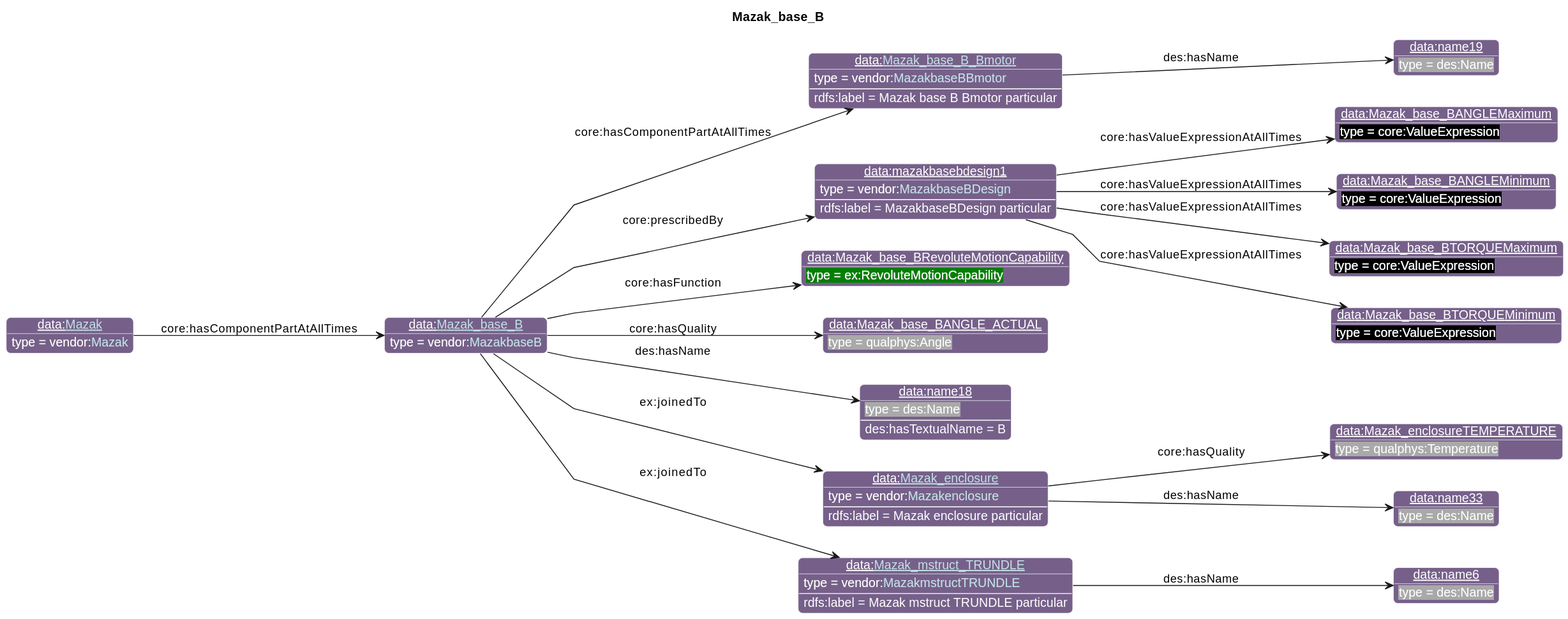
The PlantUML diagram diagrams/Mazak_base_B.svg in iofoundry/example-syseng-mtconnect, before a commit.
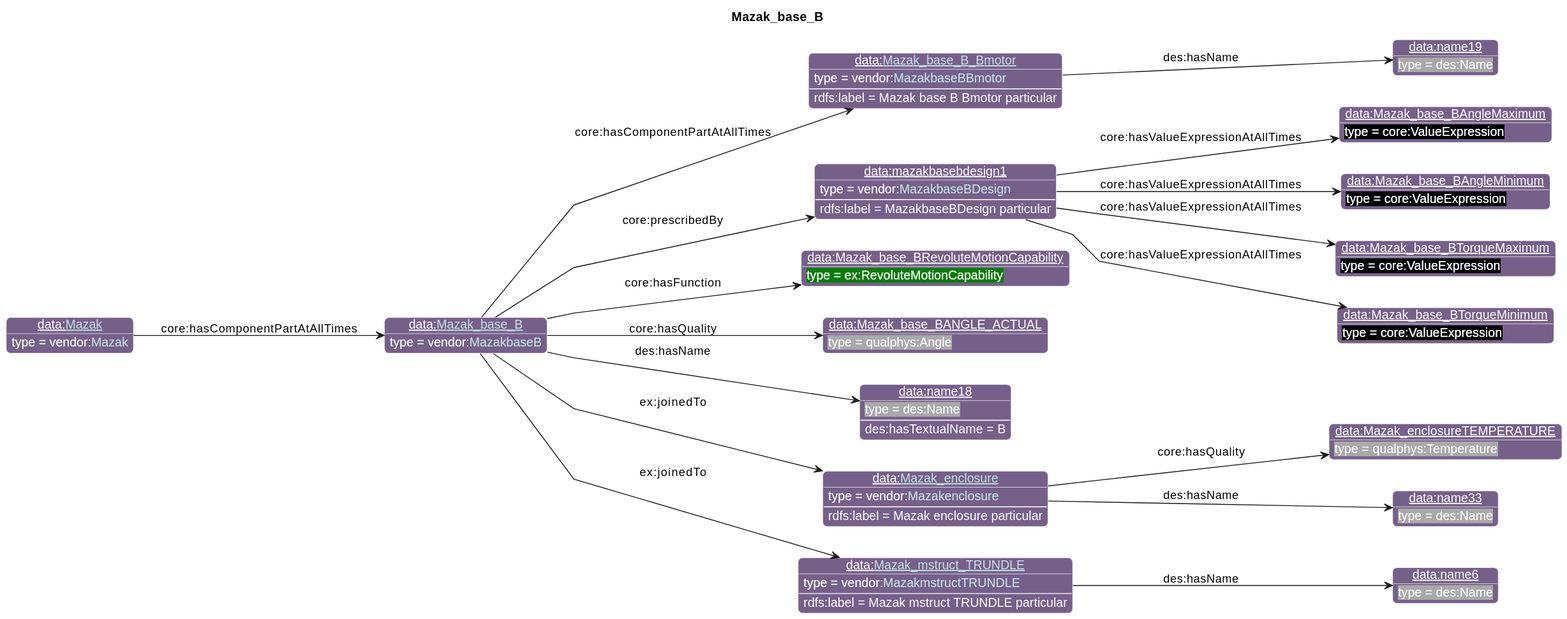
After the commit.

Change to the diagram source:
```diff
@@ -29,10 +29,10 @@
 individual(o1, data:[[./Mazak_base_B_Bmotor.html Mazak_base_B_Bmotor]], vendor:[[../Mazak.html#MazakbaseBBmotor MazakbaseBBmotor]])
 individual(o2, data:name19, des:Name)
 individual(o3, data:mazakbasebdesign1, vendor:[[../Mazak.html#MazakbaseBDesign MazakbaseBDesign]])
-individual(o4, data:Mazak_base_BANGLEMaximum, core:ValueExpression)
-individual(o5, data:Mazak_base_BANGLEMinimum, core:ValueExpression)
-individual(o6, data:Mazak_base_BTORQUEMaximum, core:ValueExpression)
-individual(o7, data:Mazak_base_BTORQUEMinimum, core:ValueExpression)
+individual(o4, data:Mazak_base_BAngleMaximum, core:ValueExpression)
+individual(o5, data:Mazak_base_BAngleMinimum, core:ValueExpression)
+individual(o6, data:Mazak_base_BTorqueMaximum, core:ValueExpression)
+individual(o7, data:Mazak_base_BTorqueMinimum, core:ValueExpression)
 individual(o8, data:Mazak_base_BRevoluteMotionCapability, ex:RevoluteMotionCapability)
 individual(o9, data:Mazak_base_BANGLE_ACTUAL, qualphys:Angle)
 individual(o10, data:name18, des:Name)
```
